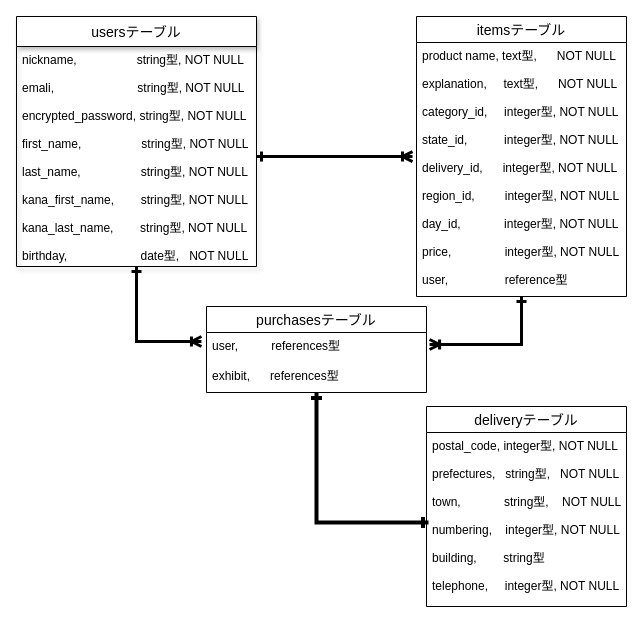
Before: furima.dio in gurani115/furima-33418, a draw.io diagram. Source tidied: cells renumbered, new cells numbered last; positions are measured from the earlier drawing's top-left corner, leaving out a move shared by most shapes. Both pictures are drawn from the tidied source at 100%, with x=0, y=0 at pixel (16, 16).
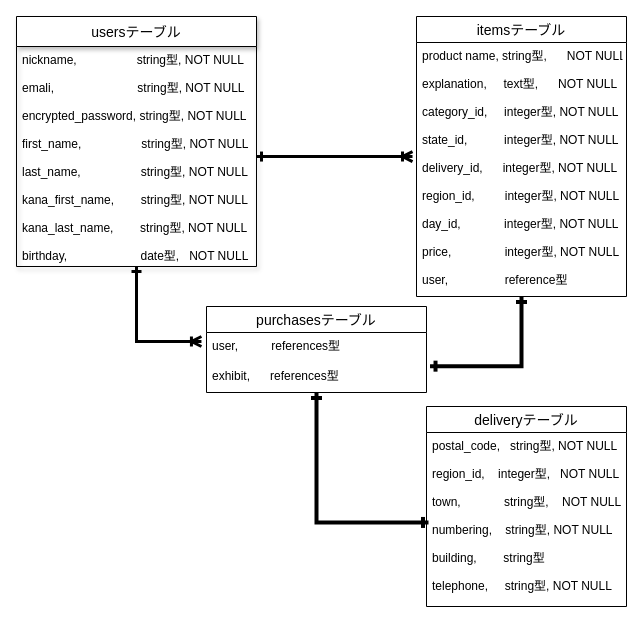
The same diagram, later.

Commit message (it also covers changes not shown here):
データベース設計_修正2

The edit, as a diff of the source:
```diff
@@
 <mxGraphModel>
   <root>
     <mxCell id="0" />
     <mxCell id="1" parent="0" />
     <mxCell id="2" style="edgeStyle=orthogonalEdgeStyle;rounded=0;jettySize=auto;html=1;entryX=-0.023;entryY=0.3;entryDx=0;entryDy=0;entryPerimeter=0;startArrow=ERone;startFill=0;endArrow=ERoneToMany;endFill=0;strokeWidth=3;" parent="1" edge="1" source="3" target="11">
       <mxGeometry relative="1" as="geometry" />
     </mxCell>
     <mxCell id="3" value="usersテーブル" style="swimlane;fontStyle=0;horizontal=1;startSize=30;align=center;fontSize=14;shadow=1;" parent="1" vertex="1">
       <mxGeometry width="240" height="250" as="geometry" />
     </mxCell>
     <mxCell id="4" value="nickname,                  string型, NOT NULL&#10;&#10;emali,                         string型, NOT NULL&#10;&#10;encrypted_password, string型, NOT NULL &#10;&#10;first_name,                  string型, NOT NULL&#10;&#10;last_name,                  string型, NOT NULL&#10;&#10;kana_first_name,        string型, NOT NULL&#10;&#10;kana_last_name,        string型, NOT NULL&#10;&#10;birthday,                      date型,   NOT NULL" style="text;strokeColor=none;fillColor=none;spacingLeft=4;spacingRight=4;overflow=hidden;points=[[0,0.5],[1,0.5]];portConstraint=eastwest;fontSize=12;align=left;" parent="3" vertex="1">
       <mxGeometry y="30" width="240" height="220" as="geometry" />
     </mxCell>
-    <mxCell id="5" style="edgeStyle=orthogonalEdgeStyle;rounded=0;jettySize=auto;html=1;entryX=1.014;entryY=0.4;entryDx=0;entryDy=0;entryPerimeter=0;startArrow=ERone;startFill=0;endArrow=ERoneToMany;endFill=0;strokeWidth=3;" parent="1" edge="1" source="6" target="11">
-      <mxGeometry relative="1" as="geometry" />
-    </mxCell>
+    <mxCell id="15" style="edgeStyle=orthogonalEdgeStyle;rounded=0;jettySize=auto;html=1;entryX=1.016;entryY=0.122;entryDx=0;entryDy=0;entryPerimeter=0;startArrow=ERone;startFill=0;endArrow=ERone;endFill=0;strokeWidth=4;" parent="1" edge="1" source="6" target="12">
+      <mxGeometry relative="1" as="geometry" />
+    </mxCell>
     <mxCell id="6" value="itemsテーブル" style="swimlane;fontStyle=0;horizontal=1;startSize=26;align=center;fontSize=14;" parent="1" vertex="1">
       <mxGeometry x="400" width="210" height="280" as="geometry" />
     </mxCell>
-    <mxCell id="7" value="product name, text型,      NOT NULL&#10;&#10;explanation,     text型,      NOT NULL&#10;&#10;category_id,     integer型, NOT NULL&#10;&#10;state_id,           integer型, NOT NULL&#10;&#10;delivery_id,      integer型, NOT NULL&#10;&#10;region_id,         integer型, NOT NULL&#10;&#10;day_id,             integer型, NOT NULL&#10;&#10;price,                integer型, NOT NULL&#10;&#10;user,                 reference型&#10;" style="text;strokeColor=none;fillColor=none;spacingLeft=4;spacingRight=4;overflow=hidden;points=[[0,0.5],[1,0.5]];portConstraint=eastwest;fontSize=12;" parent="6" vertex="1">
+    <mxCell id="7" value="product name, string型,      NOT NULL&#10;&#10;explanation,     text型,      NOT NULL&#10;&#10;category_id,     integer型, NOT NULL&#10;&#10;state_id,           integer型, NOT NULL&#10;&#10;delivery_id,      integer型, NOT NULL&#10;&#10;region_id,         integer型, NOT NULL&#10;&#10;day_id,             integer型, NOT NULL&#10;&#10;price,                integer型, NOT NULL&#10;&#10;user,                 reference型&#10;" style="text;strokeColor=none;fillColor=none;spacingLeft=4;spacingRight=4;overflow=hidden;points=[[0,0.5],[1,0.5]];portConstraint=eastwest;fontSize=12;" parent="6" vertex="1">
       <mxGeometry y="26" width="210" height="254" as="geometry" />
     </mxCell>
     <mxCell id="8" style="edgeStyle=orthogonalEdgeStyle;rounded=0;jettySize=auto;html=1;entryX=-0.019;entryY=0.449;entryDx=0;entryDy=0;entryPerimeter=0;startArrow=ERone;startFill=0;endArrow=ERoneToMany;endFill=0;strokeWidth=3;" parent="1" edge="1" source="4" target="7">
       <mxGeometry relative="1" as="geometry" />
     </mxCell>
     <mxCell id="9" style="edgeStyle=orthogonalEdgeStyle;rounded=0;jettySize=auto;html=1;entryX=0.01;entryY=0.517;entryDx=0;entryDy=0;entryPerimeter=0;startArrow=ERone;startFill=0;endArrow=ERone;endFill=0;strokeWidth=4;" parent="1" edge="1" source="10" target="14">
       <mxGeometry relative="1" as="geometry" />
     </mxCell>
     <mxCell id="10" value="purchasesテーブル" style="swimlane;fontStyle=0;horizontal=1;startSize=26;align=center;fontSize=14;" parent="1" vertex="1">
       <mxGeometry x="190" y="290" width="220" height="86" as="geometry" />
     </mxCell>
     <mxCell id="11" value="user,          references型" style="text;strokeColor=none;fillColor=none;spacingLeft=4;spacingRight=4;overflow=hidden;points=[[0,0.5],[1,0.5]];portConstraint=eastwest;fontSize=12;" parent="10" vertex="1">
       <mxGeometry y="26" width="220" height="30" as="geometry" />
     </mxCell>
     <mxCell id="12" value="exhibit,      references型" style="text;strokeColor=none;fillColor=none;spacingLeft=4;spacingRight=4;overflow=hidden;points=[[0,0.5],[1,0.5]];portConstraint=eastwest;fontSize=12;" parent="10" vertex="1">
       <mxGeometry y="56" width="220" height="30" as="geometry" />
     </mxCell>
     <mxCell id="13" value="deliveryテーブル" style="swimlane;fontStyle=0;horizontal=1;startSize=26;align=center;fontSize=14;" parent="1" vertex="1">
       <mxGeometry x="410" y="390" width="200" height="200" as="geometry" />
     </mxCell>
-    <mxCell id="14" value="postal_code, integer型, NOT NULL&#10;&#10;prefectures,   string型,   NOT NULL&#10;&#10;town,             string型,    NOT NULL&#10;&#10;numbering,    integer型, NOT NULL&#10;&#10;building,        string型&#10;&#10;telephone,     integer型, NOT NULL" style="text;strokeColor=none;fillColor=none;spacingLeft=4;spacingRight=4;overflow=hidden;points=[[0,0.5],[1,0.5]];portConstraint=eastwest;fontSize=12;" parent="13" vertex="1">
+    <mxCell id="14" value="postal_code,   string型, NOT NULL&#10;&#10;region_id,    integer型,   NOT NULL&#10;&#10;town,             string型,    NOT NULL&#10;&#10;numbering,    string型, NOT NULL&#10;&#10;building,        string型&#10;&#10;telephone,     string型, NOT NULL" style="text;strokeColor=none;fillColor=none;spacingLeft=4;spacingRight=4;overflow=hidden;points=[[0,0.5],[1,0.5]];portConstraint=eastwest;fontSize=12;" parent="13" vertex="1">
       <mxGeometry y="26" width="200" height="174" as="geometry" />
     </mxCell>
   </root>
 </mxGraphModel>
```
